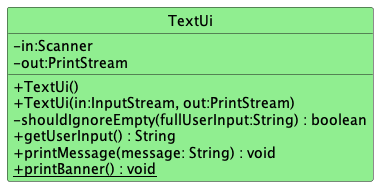
nus-cs2113-AY2223S2/tp keeps this PlantUML diagram as docs/uml/images/UiClassDiagram.png. Above is the earlier version. Source of this version:
```plantuml
@startuml
!include Style.puml

class TextUi UI_COLOR{
    - in:Scanner
    - out:PrintStream
    + TextUi()
    + TextUi(in:InputStream, out:PrintStream)
    - shouldIgnoreEmpty(fullUserInput:String) : boolean
    + getUserInput() : String
    + printMessage(message: String) : void
    + {static} printBanner() : void
}

@enduml
```
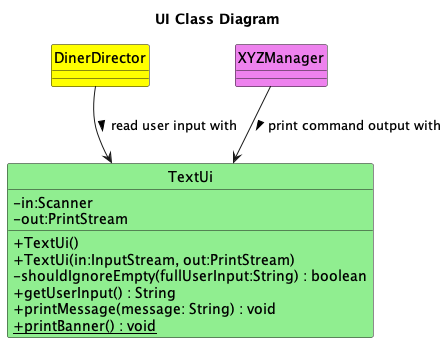
The same diagram one commit later.

What changed in the source:
```diff
@@ -1,5 +1,10 @@
 @startuml
 !include Style.puml
+title UI Class Diagram
+
+class DinerDirector DINERDIRECTOR_COLOR {
+}
+
 
 class TextUi UI_COLOR{
     - in:Scanner
@@ -12,4 +17,10 @@
     + {static} printBanner() : void
 }
 
+class XYZManager MANAGER_COLOR {
+}
+
+DinerDirector --> TextUi: read user input with >
+XYZManager --> TextUi: print command output with >
+
 @enduml
```
